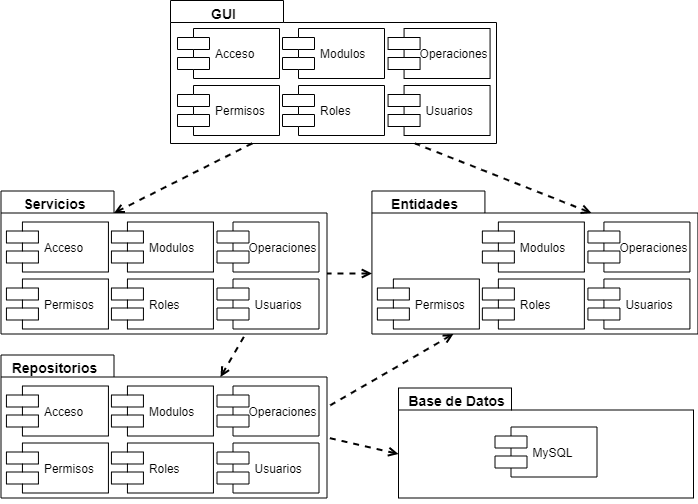
Earlier version of the draw.io export diagramas/Diagrama-Componentes.png (FernandoCalmet/java-login-layered-skeletor). Source tidied: cells renumbered, new cells last; positions are measured from the earlier drawing's top-left corner, leaving out a move shared by most shapes.
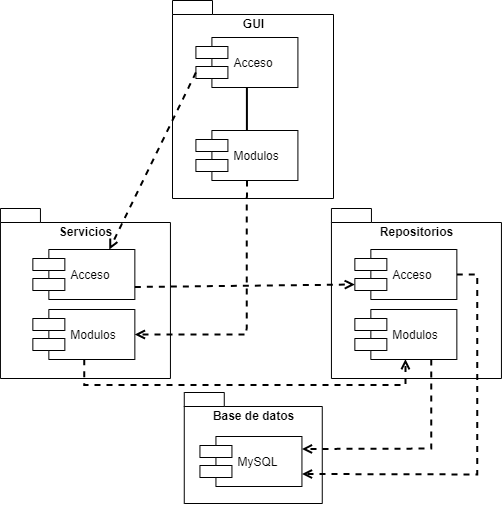
Later version of the same file.

What changed in the source:
```diff
@@ -2,110 +2,64 @@
   <root>
     <mxCell id="0" />
     <mxCell id="1" parent="0" />
-    <mxCell id="2" value="Base de Datos&lt;br&gt;&lt;br&gt;&lt;br&gt;&lt;br&gt;&lt;br&gt;&lt;br&gt;&lt;br&gt;" style="shape=folder;fontStyle=1;spacingTop=10;tabWidth=113;tabHeight=22;tabPosition=left;html=1;fontSize=14;labelPosition=center;verticalLabelPosition=middle;align=center;verticalAlign=middle;fontFamily=Helvetica;spacingLeft=40;spacingRight=220;" parent="1" vertex="1">
-      <mxGeometry x="398" y="387.5" width="295" height="110" as="geometry" />
-    </mxCell>
+    <mxCell id="37" value="Base de datos" style="shape=folder;fontStyle=1;spacingTop=10;tabWidth=40;tabHeight=14;tabPosition=left;html=1;align=center;verticalAlign=top;" parent="1" vertex="1">
+      <mxGeometry x="278.8" y="391" width="138" height="111" as="geometry" />
+    </mxCell>
+    <mxCell id="25" value="Repositorios" style="shape=folder;fontStyle=1;spacingTop=10;tabWidth=40;tabHeight=14;tabPosition=left;html=1;align=center;verticalAlign=top;" parent="1" vertex="1">
+      <mxGeometry x="425.9" y="207" width="170" height="170" as="geometry" />
+    </mxCell>
-    <mxCell id="3" value="GUI&lt;br&gt;&lt;br&gt;&lt;br&gt;&lt;br&gt;&lt;br&gt;&lt;br&gt;&lt;br&gt;&lt;br&gt;&lt;br&gt;" style="shape=folder;fontStyle=1;spacingTop=10;tabWidth=113;tabHeight=22;tabPosition=left;html=1;fontSize=14;labelPosition=center;verticalLabelPosition=middle;align=center;verticalAlign=middle;fontFamily=Helvetica;spacingLeft=0;spacingRight=220;" parent="1" vertex="1">
-      <mxGeometry x="170" width="326" height="143" as="geometry" />
+    <mxCell id="3" value="GUI" style="shape=folder;fontStyle=1;spacingTop=10;tabWidth=40;tabHeight=14;tabPosition=left;html=1;align=center;verticalAlign=top;" parent="1" vertex="1">
+      <mxGeometry x="267" y="-1" width="161" height="198" as="geometry" />
     </mxCell>
+    <mxCell id="11" value="Servicios" style="shape=folder;fontStyle=1;spacingTop=10;tabWidth=40;tabHeight=14;tabPosition=left;html=1;align=center;verticalAlign=top;" parent="1" vertex="1">
+      <mxGeometry x="94.9" y="207" width="170" height="170" as="geometry" />
+    </mxCell>
+    <mxCell id="38" style="rounded=0;jettySize=auto;html=1;exitX=0.5;exitY=1;exitDx=0;exitDy=0;entryX=0.5;entryY=0;entryDx=0;entryDy=0;startArrow=none;startFill=0;endArrow=none;endFill=0;strokeWidth=2;" parent="1" edge="1" source="4" target="5">
+      <mxGeometry relative="1" as="geometry" />
+    </mxCell>
     <mxCell id="4" value="Acceso" style="shape=component;align=left;spacingLeft=36;" parent="1" vertex="1">
-      <mxGeometry x="177" y="28" width="102" height="50" as="geometry" />
+      <mxGeometry x="290.4" y="36" width="102" height="50" as="geometry" />
     </mxCell>
     <mxCell id="5" value="Modulos" style="shape=component;align=left;spacingLeft=36;" parent="1" vertex="1">
-      <mxGeometry x="282" y="28" width="102" height="50" as="geometry" />
+      <mxGeometry x="290.4" y="129" width="102" height="50" as="geometry" />
     </mxCell>
-    <mxCell id="6" value="Operaciones" style="shape=component;align=left;spacingLeft=30;fontSize=12;" parent="1" vertex="1">
-      <mxGeometry x="387.6" y="28" width="102" height="50" as="geometry" />
-    </mxCell>
-    <mxCell id="7" value="Permisos" style="shape=component;align=left;spacingLeft=36;" parent="1" vertex="1">
-      <mxGeometry x="177" y="85" width="102" height="50" as="geometry" />
-    </mxCell>
-    <mxCell id="8" value="Roles" style="shape=component;align=left;spacingLeft=36;" parent="1" vertex="1">
-      <mxGeometry x="282" y="85" width="102" height="50" as="geometry" />
-    </mxCell>
-    <mxCell id="9" value="Usuarios" style="shape=component;align=left;spacingLeft=36;" parent="1" vertex="1">
-      <mxGeometry x="387.6" y="85" width="102" height="50" as="geometry" />
-    </mxCell>
     <mxCell id="10" value="MySQL" style="shape=component;align=left;spacingLeft=36;" parent="1" vertex="1">
-      <mxGeometry x="494.5" y="426.5" width="102" height="50" as="geometry" />
+      <mxGeometry x="294.4" y="435" width="102" height="50" as="geometry" />
     </mxCell>
-    <mxCell id="11" value="Servicios&lt;br&gt;&lt;br&gt;&lt;br&gt;&lt;br&gt;&lt;br&gt;&lt;br&gt;&lt;br&gt;&lt;br&gt;&lt;br&gt;" style="shape=folder;fontStyle=1;spacingTop=10;tabWidth=113;tabHeight=22;tabPosition=left;html=1;fontSize=14;labelPosition=center;verticalLabelPosition=middle;align=center;verticalAlign=middle;fontFamily=Helvetica;spacingLeft=0;spacingRight=220;" parent="1" vertex="1">
-      <mxGeometry x="0.5" y="190.5" width="326" height="143" as="geometry" />
-    </mxCell>
-    <mxCell id="12" value="Acceso" style="shape=component;align=left;spacingLeft=36;" parent="1" vertex="1">
-      <mxGeometry x="5.9" y="221.5" width="102" height="50" as="geometry" />
-    </mxCell>
-    <mxCell id="13" value="Modulos" style="shape=component;align=left;spacingLeft=36;" parent="1" vertex="1">
-      <mxGeometry x="110.9" y="221.5" width="102" height="50" as="geometry" />
-    </mxCell>
-    <mxCell id="14" value="Operaciones" style="shape=component;align=left;spacingLeft=30;fontSize=12;" parent="1" vertex="1">
-      <mxGeometry x="216.5" y="221.5" width="102" height="50" as="geometry" />
-    </mxCell>
-    <mxCell id="15" value="Permisos" style="shape=component;align=left;spacingLeft=36;" parent="1" vertex="1">
-      <mxGeometry x="5.9" y="278.5" width="102" height="50" as="geometry" />
-    </mxCell>
-    <mxCell id="16" value="Roles" style="shape=component;align=left;spacingLeft=36;" parent="1" vertex="1">
-      <mxGeometry x="110.9" y="278.5" width="102" height="50" as="geometry" />
-    </mxCell>
-    <mxCell id="17" value="Usuarios" style="shape=component;align=left;spacingLeft=36;" parent="1" vertex="1">
-      <mxGeometry x="216.5" y="278.5" width="102" height="50" as="geometry" />
-    </mxCell>
-    <mxCell id="18" value="Entidades&lt;br&gt;&lt;br&gt;&lt;br&gt;&lt;br&gt;&lt;br&gt;&lt;br&gt;&lt;br&gt;&lt;br&gt;&lt;br&gt;" style="shape=folder;fontStyle=1;spacingTop=10;tabWidth=113;tabHeight=22;tabPosition=left;html=1;fontSize=14;labelPosition=center;verticalLabelPosition=middle;align=center;verticalAlign=middle;fontFamily=Helvetica;spacingLeft=0;spacingRight=220;" parent="1" vertex="1">
-      <mxGeometry x="371.4" y="190.5" width="326" height="143" as="geometry" />
-    </mxCell>
-    <mxCell id="19" value="Modulos" style="shape=component;align=left;spacingLeft=36;" parent="1" vertex="1">
-      <mxGeometry x="481.9" y="221.5" width="102" height="50" as="geometry" />
-    </mxCell>
-    <mxCell id="20" value="Operaciones" style="shape=component;align=left;spacingLeft=30;fontSize=12;" parent="1" vertex="1">
-      <mxGeometry x="587.4" y="221.5" width="102" height="50" as="geometry" />
-    </mxCell>
-    <mxCell id="21" value="Permisos" style="shape=component;align=left;spacingLeft=36;" parent="1" vertex="1">
-      <mxGeometry x="376.9" y="278.5" width="102" height="50" as="geometry" />
-    </mxCell>
-    <mxCell id="22" value="Roles" style="shape=component;align=left;spacingLeft=36;" parent="1" vertex="1">
-      <mxGeometry x="481.9" y="278.5" width="102" height="50" as="geometry" />
-    </mxCell>
-    <mxCell id="23" value="Usuarios" style="shape=component;align=left;spacingLeft=36;" parent="1" vertex="1">
-      <mxGeometry x="587.4" y="278.5" width="102" height="50" as="geometry" />
-    </mxCell>
-    <mxCell id="24" style="edgeStyle=none;rounded=0;jettySize=auto;html=1;dashed=1;startArrow=open;startFill=0;endArrow=none;endFill=0;fontSize=10;entryX=0.75;entryY=1;entryDx=0;entryDy=0;entryPerimeter=0;exitX=0;exitY=0;exitDx=219.5;exitDy=22;exitPerimeter=0;strokeWidth=2;" parent="1" edge="1" source="18" target="3">
-      <mxGeometry relative="1" as="geometry" />
-    </mxCell>
-    <mxCell id="25" value="Repositorios&lt;br&gt;&lt;br&gt;&lt;br&gt;&lt;br&gt;&lt;br&gt;&lt;br&gt;&lt;br&gt;&lt;br&gt;&lt;br&gt;" style="shape=folder;fontStyle=1;spacingTop=10;tabWidth=113;tabHeight=22;tabPosition=left;html=1;fontSize=14;labelPosition=center;verticalLabelPosition=middle;align=center;verticalAlign=middle;fontFamily=Helvetica;spacingLeft=0;spacingRight=220;" parent="1" vertex="1">
-      <mxGeometry x="0.5" y="354.5" width="326" height="143" as="geometry" />
-    </mxCell>
-    <mxCell id="26" value="Acceso" style="shape=component;align=left;spacingLeft=36;" parent="1" vertex="1">
-      <mxGeometry x="5.9" y="385.5" width="102" height="50" as="geometry" />
-    </mxCell>
-    <mxCell id="27" value="Modulos" style="shape=component;align=left;spacingLeft=36;" parent="1" vertex="1">
-      <mxGeometry x="110.9" y="385.5" width="102" height="50" as="geometry" />
-    </mxCell>
-    <mxCell id="28" value="Operaciones" style="shape=component;align=left;spacingLeft=30;fontSize=12;" parent="1" vertex="1">
-      <mxGeometry x="216.5" y="385.5" width="102" height="50" as="geometry" />
-    </mxCell>
-    <mxCell id="29" value="Permisos" style="shape=component;align=left;spacingLeft=36;" parent="1" vertex="1">
-      <mxGeometry x="5.9" y="442.5" width="102" height="50" as="geometry" />
-    </mxCell>
-    <mxCell id="30" value="Roles" style="shape=component;align=left;spacingLeft=36;" parent="1" vertex="1">
-      <mxGeometry x="110.9" y="442.5" width="102" height="50" as="geometry" />
-    </mxCell>
-    <mxCell id="31" value="Usuarios" style="shape=component;align=left;spacingLeft=36;" parent="1" vertex="1">
-      <mxGeometry x="216.5" y="442.5" width="102" height="50" as="geometry" />
-    </mxCell>
-    <mxCell id="32" style="edgeStyle=none;rounded=0;jettySize=auto;html=1;dashed=1;startArrow=none;startFill=0;endArrow=open;endFill=0;fontSize=10;entryX=0;entryY=0;entryDx=113;entryDy=22;entryPerimeter=0;strokeWidth=2;exitX=0.25;exitY=1;exitDx=0;exitDy=0;exitPerimeter=0;" parent="1" edge="1" source="3" target="11">
+    <mxCell id="32" style="edgeStyle=none;rounded=0;jettySize=auto;html=1;dashed=1;startArrow=none;startFill=0;endArrow=open;endFill=0;fontSize=10;strokeWidth=2;entryX=0.75;entryY=0;entryDx=0;entryDy=0;exitX=0;exitY=0.7;exitDx=0;exitDy=0;" parent="1" edge="1" source="4" target="39">
       <mxGeometry relative="1" as="geometry" />
     </mxCell>
-    <mxCell id="33" style="edgeStyle=none;rounded=0;jettySize=auto;html=1;dashed=1;startArrow=open;startFill=0;endArrow=none;endFill=0;fontSize=10;entryX=0;entryY=0;entryDx=326;entryDy=82.5;entryPerimeter=0;exitX=0;exitY=0;exitDx=0;exitDy=66;exitPerimeter=0;strokeWidth=2;" parent="1" edge="1" source="2" target="25">
-      <mxGeometry relative="1" as="geometry" />
-    </mxCell>
-    <mxCell id="34" style="edgeStyle=none;rounded=0;jettySize=auto;html=1;dashed=1;startArrow=open;startFill=0;endArrow=none;endFill=0;fontSize=10;entryX=0;entryY=0;entryDx=326;entryDy=82.5;entryPerimeter=0;exitX=0;exitY=0;exitDx=0;exitDy=82.5;exitPerimeter=0;strokeWidth=2;" parent="1" edge="1" source="18" target="11">
-      <mxGeometry relative="1" as="geometry" />
-    </mxCell>
-    <mxCell id="35" style="edgeStyle=none;rounded=0;jettySize=auto;html=1;dashed=1;startArrow=open;startFill=0;endArrow=none;endFill=0;fontSize=10;entryX=0;entryY=0;entryDx=326;entryDy=52.25;entryPerimeter=0;exitX=0.25;exitY=1;exitDx=0;exitDy=0;exitPerimeter=0;strokeWidth=2;" parent="1" edge="1" source="18" target="25">
-      <mxGeometry relative="1" as="geometry" />
-    </mxCell>
-    <mxCell id="36" style="edgeStyle=none;rounded=0;jettySize=auto;html=1;dashed=1;startArrow=open;startFill=0;endArrow=none;endFill=0;fontSize=10;entryX=0.75;entryY=1;entryDx=0;entryDy=0;entryPerimeter=0;exitX=0;exitY=0;exitDx=219.5;exitDy=22;exitPerimeter=0;strokeWidth=2;" parent="1" edge="1" source="25" target="11">
-      <mxGeometry relative="1" as="geometry" />
-    </mxCell>
+    <mxCell id="39" value="Acceso" style="shape=component;align=left;spacingLeft=36;" parent="1" vertex="1">
+      <mxGeometry x="127.3" y="248" width="102" height="50" as="geometry" />
+    </mxCell>
+    <mxCell id="40" style="edgeStyle=orthogonalEdgeStyle;rounded=0;jettySize=auto;html=1;exitX=0.5;exitY=1;exitDx=0;exitDy=0;entryX=0.5;entryY=1;entryDx=0;entryDy=0;dashed=1;startArrow=none;startFill=0;endArrow=open;endFill=0;strokeWidth=2;" parent="1" edge="1" source="41" target="45">
+      <mxGeometry relative="1" as="geometry">
+        <Array as="points">
+          <mxPoint x="180" y="384" />
+          <mxPoint x="502" y="384" />
+        </Array>
+      </mxGeometry>
+    </mxCell>
+    <mxCell id="41" value="Modulos" style="shape=component;align=left;spacingLeft=36;" parent="1" vertex="1">
+      <mxGeometry x="127.3" y="308" width="102" height="50" as="geometry" />
+    </mxCell>
+    <mxCell id="42" style="edgeStyle=orthogonalEdgeStyle;rounded=0;jettySize=auto;html=1;exitX=1;exitY=0.5;exitDx=0;exitDy=0;entryX=1;entryY=0.75;entryDx=0;entryDy=0;dashed=1;startArrow=none;startFill=0;endArrow=open;endFill=0;strokeWidth=2;" parent="1" edge="1" source="43" target="10">
+      <mxGeometry relative="1" as="geometry" />
+    </mxCell>
+    <mxCell id="43" value="Acceso" style="shape=component;align=left;spacingLeft=36;" parent="1" vertex="1">
+      <mxGeometry x="449.3" y="248" width="102" height="50" as="geometry" />
+    </mxCell>
+    <mxCell id="44" style="edgeStyle=orthogonalEdgeStyle;rounded=0;jettySize=auto;html=1;exitX=0.75;exitY=1;exitDx=0;exitDy=0;entryX=1;entryY=0.25;entryDx=0;entryDy=0;dashed=1;startArrow=none;startFill=0;endArrow=open;endFill=0;strokeWidth=2;" parent="1" edge="1" source="45" target="10">
+      <mxGeometry relative="1" as="geometry" />
+    </mxCell>
+    <mxCell id="45" value="Modulos" style="shape=component;align=left;spacingLeft=36;" parent="1" vertex="1">
+      <mxGeometry x="449.3" y="308" width="102" height="50" as="geometry" />
+    </mxCell>
+    <mxCell id="46" style="edgeStyle=none;rounded=0;jettySize=auto;html=1;dashed=1;startArrow=none;startFill=0;endArrow=open;endFill=0;fontSize=10;strokeWidth=2;entryX=0;entryY=0.7;entryDx=0;entryDy=0;exitX=1;exitY=0.75;exitDx=0;exitDy=0;" parent="1" edge="1" source="39" target="43">
+      <mxGeometry relative="1" as="geometry" />
+    </mxCell>
+    <mxCell id="47" style="edgeStyle=orthogonalEdgeStyle;rounded=0;jettySize=auto;html=1;dashed=1;startArrow=none;startFill=0;endArrow=open;endFill=0;fontSize=10;strokeWidth=2;entryX=1;entryY=0.5;entryDx=0;entryDy=0;exitX=0.5;exitY=1;exitDx=0;exitDy=0;" parent="1" edge="1" source="5" target="41">
+      <mxGeometry relative="1" as="geometry" />
+    </mxCell>
   </root>
 </mxGraphModel>
```
